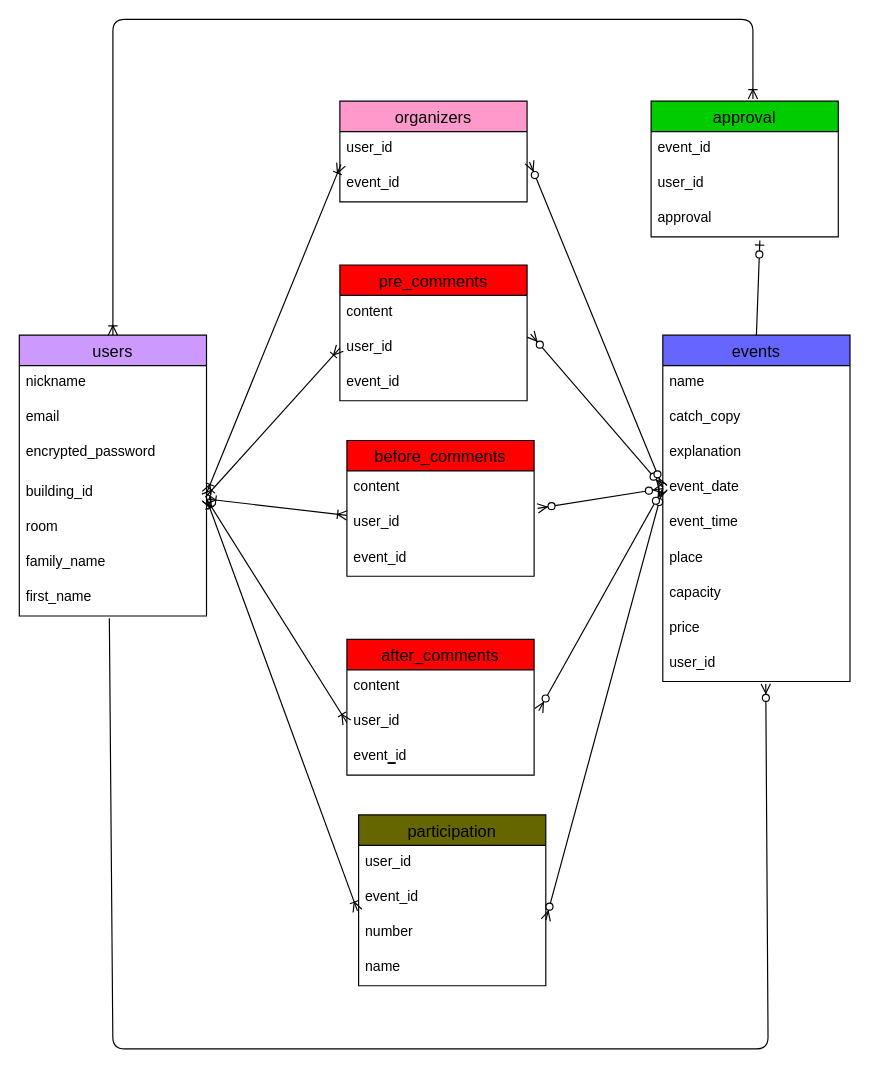
Before: ER.dio in nickAJ286/crestprimejitikai, a draw.io diagram. Source tidied: cells renumbered, new cells numbered last; positions are measured from the earlier drawing's top-left corner, leaving out a move shared by most shapes. Both pictures are drawn from the tidied source at 117%, with x=0, y=0 at pixel (19, 19).
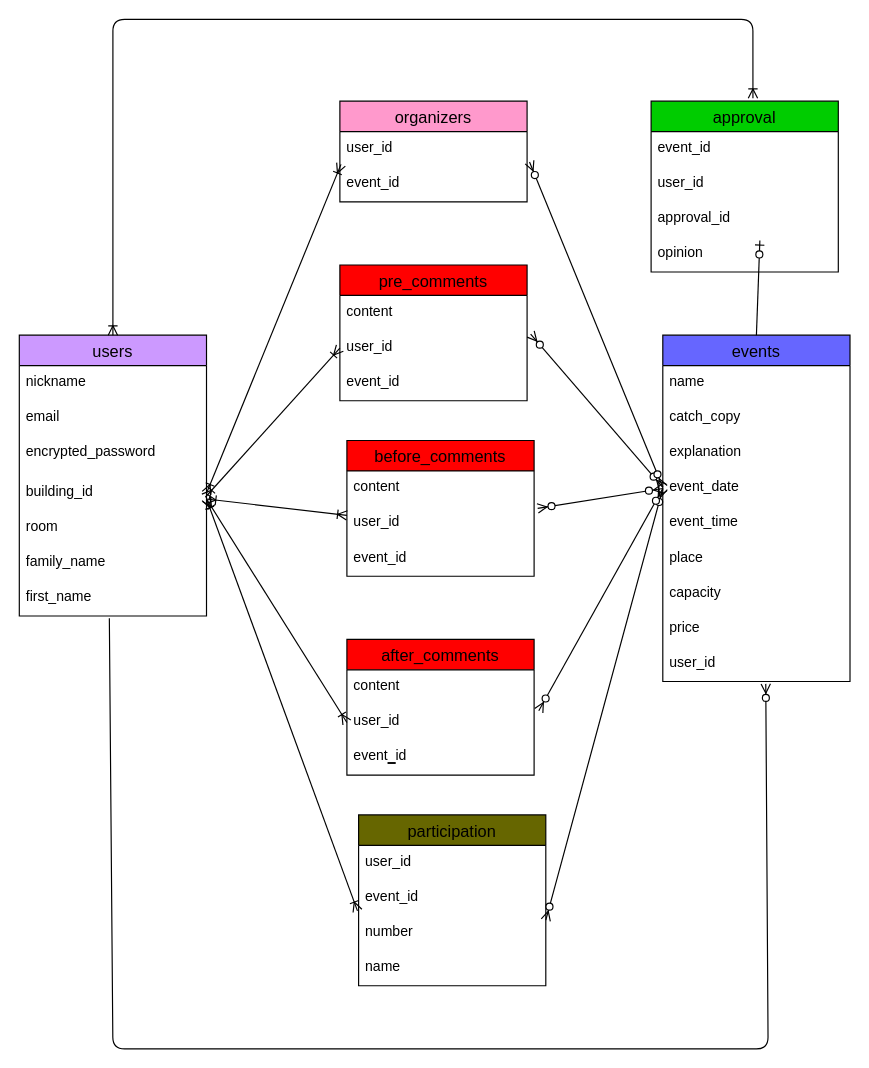
The same diagram, later.

The edit, as a diff of the source:
```diff
@@
     <mxCell id="40" value="approval" style="swimlane;fontStyle=0;horizontal=1;startSize=26;align=center;fontSize=14;fillColor=#00CC00;" parent="1" vertex="1">
-      <mxGeometry x="540" y="70" width="160" height="116" as="geometry" />
+      <mxGeometry x="540" y="70" width="160" height="146" as="geometry" />
     </mxCell>
@@
-    <mxCell id="43" value="approval" style="text;strokeColor=none;fillColor=none;spacingLeft=4;spacingRight=4;overflow=hidden;points=[[0,0.5],[1,0.5]];portConstraint=eastwest;fontSize=12;" parent="40" vertex="1">
+    <mxCell id="43" value="approval_id" style="text;strokeColor=none;fillColor=none;spacingLeft=4;spacingRight=4;overflow=hidden;points=[[0,0.5],[1,0.5]];portConstraint=eastwest;fontSize=12;" parent="40" vertex="1">
       <mxGeometry y="86" width="160" height="30" as="geometry" />
     </mxCell>
+    <mxCell id="57" value="opinion" style="text;strokeColor=none;fillColor=none;spacingLeft=4;spacingRight=4;overflow=hidden;fontSize=12;" parent="40" vertex="1">
+      <mxGeometry y="116" width="160" height="30" as="geometry" />
+    </mxCell>
```
